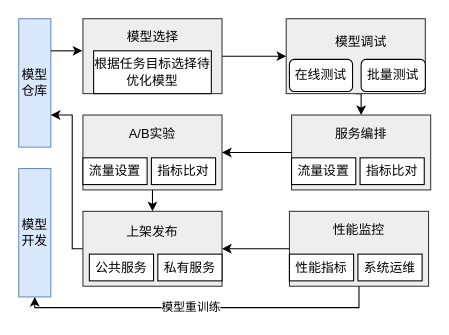
Earlier version of the draw.io diagram page "模型迭代训练" (1 of 3) of MLops流程架构.drawio (paleblackless/diagrams). Source tidied: cells renumbered, new cells numbered last; positions are measured from the earlier drawing's top-left corner, leaving out a move shared by most shapes. Both pictures are drawn from the tidied source at 107%, with x=0, y=0 at pixel (18, 18).
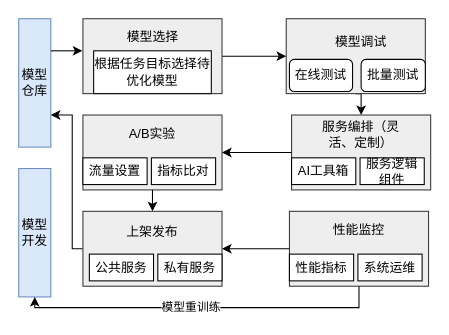
Above is the later version.

The change refers to these unchanged cells:
```xml
<mxCell id="23" style="group;" parent="1" vertex="1">
  <mxGeometry x="255" y="90" width="130" height="70" as="geometry" />
</mxCell>
```

Diff of the diagram source:
```diff
@@
-    <mxCell id="25" value="指标比对" style="rounded=0;whiteSpace=wrap;html=1;fillColor=default;strokeColor=default;" parent="23" vertex="1">
+    <mxCell id="25" value="服务逻辑组件" style="rounded=0;whiteSpace=wrap;html=1;fillColor=default;strokeColor=default;" parent="23" vertex="1">
       <mxGeometry x="64" y="40" width="60" height="25" as="geometry" />
     </mxCell>
-    <mxCell id="26" value="流量设置" style="rounded=0;whiteSpace=wrap;html=1;fillColor=default;strokeColor=default;" parent="23" vertex="1">
+    <mxCell id="26" value="AI工具箱" style="rounded=0;whiteSpace=wrap;html=1;fillColor=default;strokeColor=default;" parent="23" vertex="1">
       <mxGeometry y="40" width="60" height="25" as="geometry" />
     </mxCell>
-    <mxCell id="27" value="服务编排" style="rounded=0;whiteSpace=wrap;html=1;fillColor=none;strokeColor=none;" parent="23" vertex="1">
-      <mxGeometry x="35" y="5" width="60" height="25" as="geometry" />
+    <mxCell id="27" value="服务编排（灵活、定制）" style="rounded=0;whiteSpace=wrap;html=1;fillColor=none;strokeColor=none;" parent="23" vertex="1">
+      <mxGeometry x="20" y="5" width="90" height="25" as="geometry" />
     </mxCell>
```
